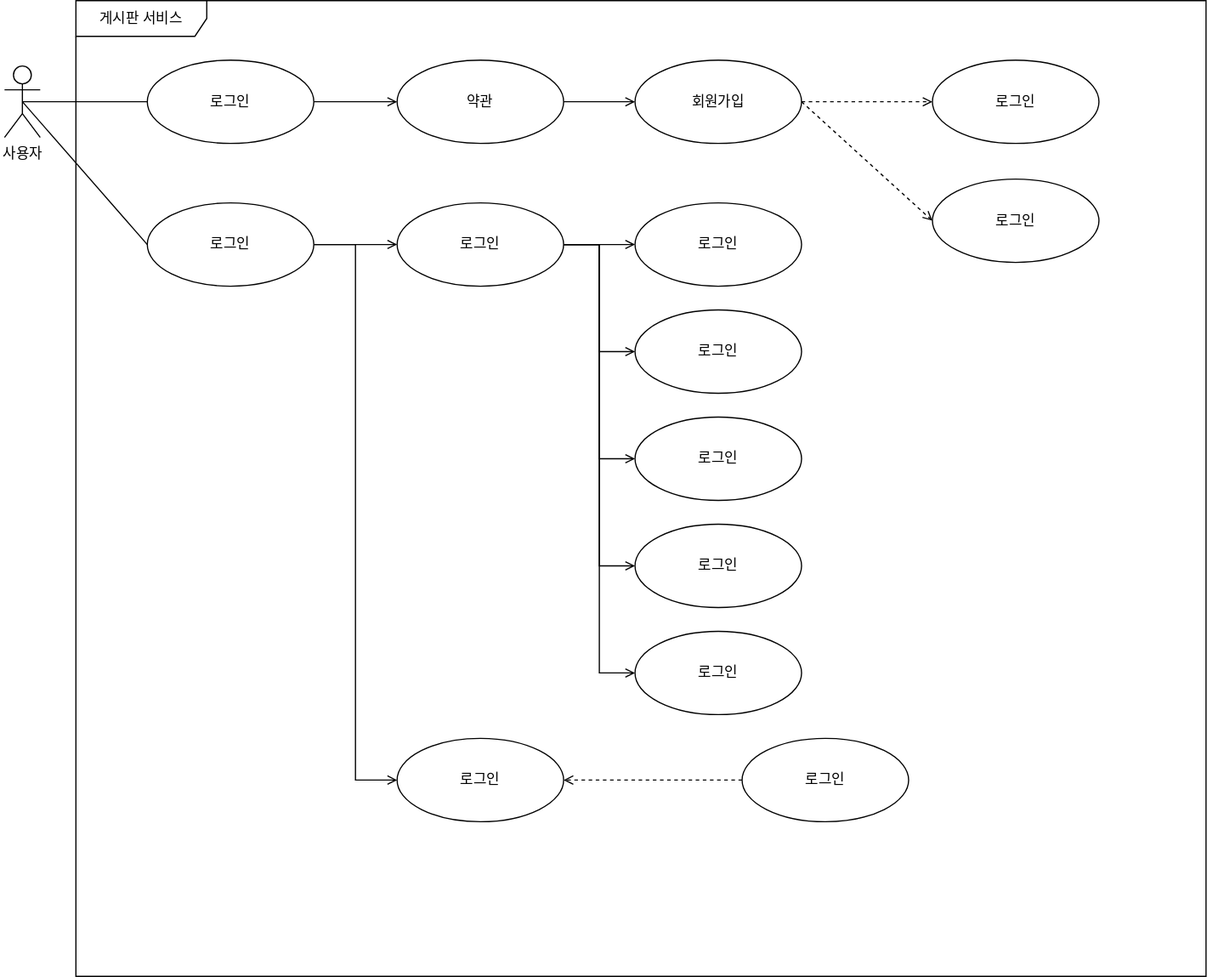
Earlier version of the draw.io export JBoard1/게시판 유스케이스.svg (khm9990503/JSP). Source tidied: cells renumbered, new cells last; positions are measured from the earlier drawing's top-left corner, leaving out a move shared by most shapes.
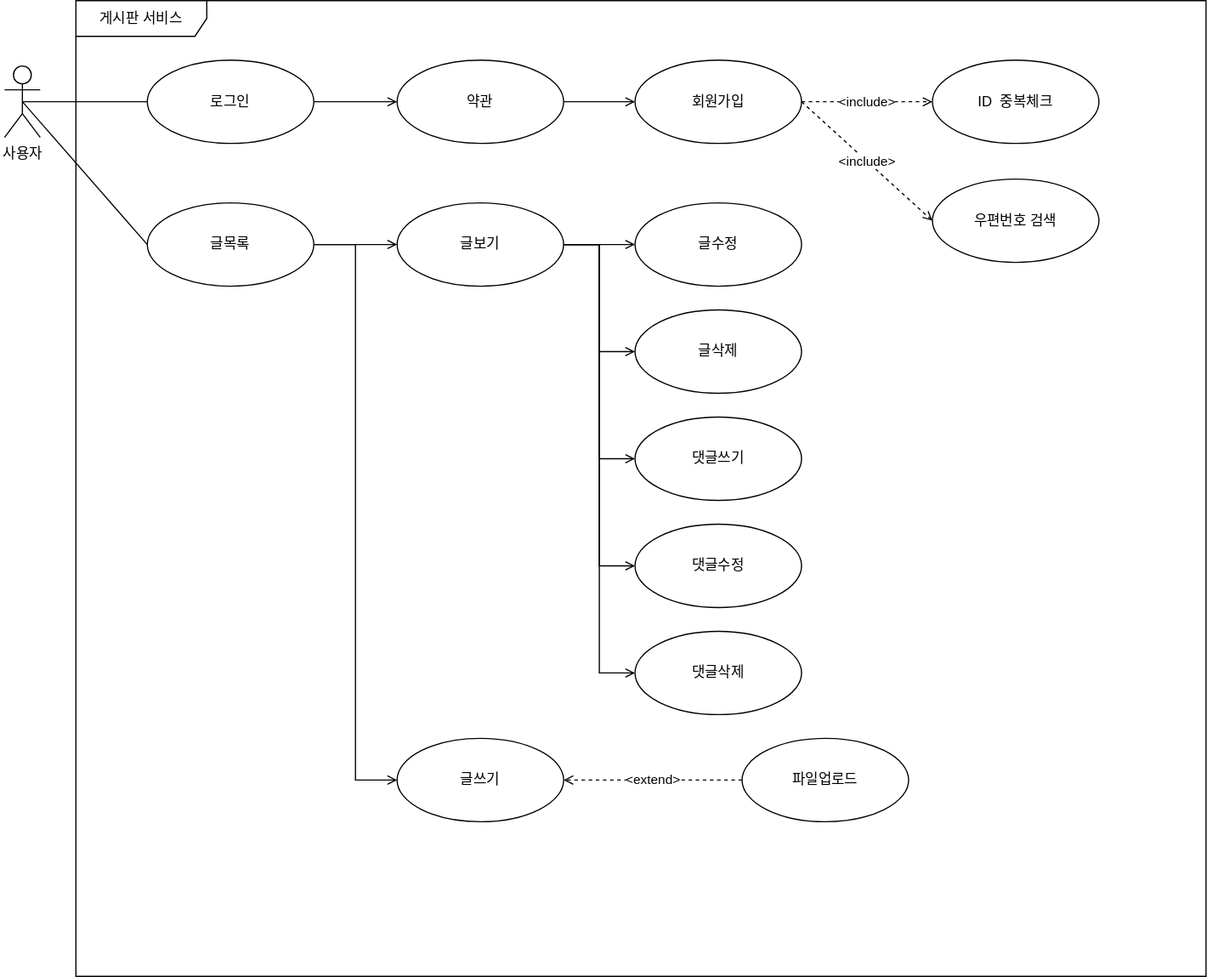
After the commit.

Commit message:
게시판 유스케이스.svg 업데이트

Change to the diagram source:
```diff
@@ -26,7 +26,7 @@
     <mxCell id="9" style="edgeStyle=orthogonalEdgeStyle;rounded=0;jettySize=auto;html=1;exitX=1;exitY=0.5;exitDx=0;exitDy=0;entryX=0;entryY=0.5;entryDx=0;entryDy=0;endArrow=open;endFill=0;" parent="1" edge="1" source="10" target="29">
       <mxGeometry relative="1" as="geometry" />
     </mxCell>
-    <mxCell id="10" value="로그인" style="ellipse;whiteSpace=wrap;html=1;" parent="1" vertex="1">
+    <mxCell id="10" value="글목록" style="ellipse;whiteSpace=wrap;html=1;" parent="1" vertex="1">
       <mxGeometry x="120" y="170" width="140" height="70" as="geometry" />
     </mxCell>
     <mxCell id="11" style="edgeStyle=none;rounded=0;jettySize=auto;html=1;exitX=1;exitY=0.5;exitDx=0;exitDy=0;entryX=0;entryY=0.5;entryDx=0;entryDy=0;endArrow=open;endFill=0;" parent="1" edge="1" source="12" target="15">
@@ -35,19 +35,19 @@
     <mxCell id="12" value="약관" style="ellipse;whiteSpace=wrap;html=1;" parent="1" vertex="1">
       <mxGeometry x="330" y="50" width="140" height="70" as="geometry" />
     </mxCell>
-    <mxCell id="13" style="edgeStyle=orthogonalEdgeStyle;rounded=0;jettySize=auto;html=1;exitX=1;exitY=0.5;exitDx=0;exitDy=0;entryX=0;entryY=0.5;entryDx=0;entryDy=0;endArrow=open;endFill=0;dashed=1;" parent="1" edge="1" source="15" target="16">
+    <mxCell id="13" value="&amp;lt;include&amp;gt;" style="edgeStyle=orthogonalEdgeStyle;rounded=0;jettySize=auto;html=1;exitX=1;exitY=0.5;exitDx=0;exitDy=0;entryX=0;entryY=0.5;entryDx=0;entryDy=0;endArrow=open;endFill=0;dashed=1;" parent="1" edge="1" source="15" target="16">
       <mxGeometry relative="1" as="geometry" />
     </mxCell>
-    <mxCell id="14" style="rounded=0;jettySize=auto;html=1;exitX=1;exitY=0.5;exitDx=0;exitDy=0;entryX=0;entryY=0.5;entryDx=0;entryDy=0;endArrow=open;endFill=0;dashed=1;" parent="1" edge="1" source="15" target="17">
+    <mxCell id="14" value="&amp;lt;include&amp;gt;" style="rounded=0;jettySize=auto;html=1;exitX=1;exitY=0.5;exitDx=0;exitDy=0;entryX=0;entryY=0.5;entryDx=0;entryDy=0;endArrow=open;endFill=0;dashed=1;" parent="1" edge="1" source="15" target="17">
       <mxGeometry relative="1" as="geometry" />
     </mxCell>
     <mxCell id="15" value="회원가입" style="ellipse;whiteSpace=wrap;html=1;" parent="1" vertex="1">
       <mxGeometry x="530" y="50" width="140" height="70" as="geometry" />
     </mxCell>
-    <mxCell id="16" value="로그인" style="ellipse;whiteSpace=wrap;html=1;" parent="1" vertex="1">
+    <mxCell id="16" value="ID&amp;nbsp; 중복체크" style="ellipse;whiteSpace=wrap;html=1;" parent="1" vertex="1">
       <mxGeometry x="780" y="50" width="140" height="70" as="geometry" />
     </mxCell>
-    <mxCell id="17" value="로그인" style="ellipse;whiteSpace=wrap;html=1;" parent="1" vertex="1">
+    <mxCell id="17" value="우편번호 검색" style="ellipse;whiteSpace=wrap;html=1;" parent="1" vertex="1">
       <mxGeometry x="780" y="150" width="140" height="70" as="geometry" />
     </mxCell>
     <mxCell id="18" style="edgeStyle=orthogonalEdgeStyle;rounded=0;jettySize=auto;html=1;exitX=1;exitY=0.5;exitDx=0;exitDy=0;endArrow=open;endFill=0;" parent="1" edge="1" source="23" target="24">
@@ -65,31 +65,31 @@
     <mxCell id="22" style="edgeStyle=orthogonalEdgeStyle;rounded=0;jettySize=auto;html=1;exitX=1;exitY=0.5;exitDx=0;exitDy=0;entryX=0;entryY=0.5;entryDx=0;entryDy=0;endArrow=open;endFill=0;" parent="1" edge="1" source="23" target="28">
       <mxGeometry relative="1" as="geometry" />
     </mxCell>
-    <mxCell id="23" value="로그인" style="ellipse;whiteSpace=wrap;html=1;" parent="1" vertex="1">
+    <mxCell id="23" value="글보기" style="ellipse;whiteSpace=wrap;html=1;" parent="1" vertex="1">
       <mxGeometry x="330" y="170" width="140" height="70" as="geometry" />
     </mxCell>
-    <mxCell id="24" value="로그인" style="ellipse;whiteSpace=wrap;html=1;" parent="1" vertex="1">
+    <mxCell id="24" value="글수정" style="ellipse;whiteSpace=wrap;html=1;" parent="1" vertex="1">
       <mxGeometry x="530" y="170" width="140" height="70" as="geometry" />
     </mxCell>
-    <mxCell id="25" value="로그인" style="ellipse;whiteSpace=wrap;html=1;" parent="1" vertex="1">
+    <mxCell id="25" value="글삭제" style="ellipse;whiteSpace=wrap;html=1;" parent="1" vertex="1">
       <mxGeometry x="530" y="260" width="140" height="70" as="geometry" />
     </mxCell>
-    <mxCell id="26" value="로그인" style="ellipse;whiteSpace=wrap;html=1;" parent="1" vertex="1">
+    <mxCell id="26" value="댓글쓰기" style="ellipse;whiteSpace=wrap;html=1;" parent="1" vertex="1">
       <mxGeometry x="530" y="350" width="140" height="70" as="geometry" />
     </mxCell>
-    <mxCell id="27" value="로그인" style="ellipse;whiteSpace=wrap;html=1;" parent="1" vertex="1">
+    <mxCell id="27" value="댓글수정" style="ellipse;whiteSpace=wrap;html=1;" parent="1" vertex="1">
       <mxGeometry x="530" y="440" width="140" height="70" as="geometry" />
     </mxCell>
-    <mxCell id="28" value="로그인" style="ellipse;whiteSpace=wrap;html=1;" parent="1" vertex="1">
+    <mxCell id="28" value="댓글삭제" style="ellipse;whiteSpace=wrap;html=1;" parent="1" vertex="1">
       <mxGeometry x="530" y="530" width="140" height="70" as="geometry" />
     </mxCell>
-    <mxCell id="29" value="로그인" style="ellipse;whiteSpace=wrap;html=1;" parent="1" vertex="1">
+    <mxCell id="29" value="글쓰기" style="ellipse;whiteSpace=wrap;html=1;" parent="1" vertex="1">
       <mxGeometry x="330" y="620" width="140" height="70" as="geometry" />
     </mxCell>
-    <mxCell id="30" style="edgeStyle=none;rounded=0;jettySize=auto;html=1;exitX=0;exitY=0.5;exitDx=0;exitDy=0;dashed=1;endArrow=open;endFill=0;" parent="1" edge="1" source="31" target="29">
+    <mxCell id="30" value="&amp;lt;extend&amp;gt;" style="edgeStyle=none;rounded=0;jettySize=auto;html=1;exitX=0;exitY=0.5;exitDx=0;exitDy=0;dashed=1;endArrow=open;endFill=0;" parent="1" edge="1" source="31" target="29">
       <mxGeometry relative="1" as="geometry" />
     </mxCell>
-    <mxCell id="31" value="로그인" style="ellipse;whiteSpace=wrap;html=1;" parent="1" vertex="1">
+    <mxCell id="31" value="파일업로드" style="ellipse;whiteSpace=wrap;html=1;" parent="1" vertex="1">
       <mxGeometry x="620" y="620" width="140" height="70" as="geometry" />
     </mxCell>
   </root>
```
